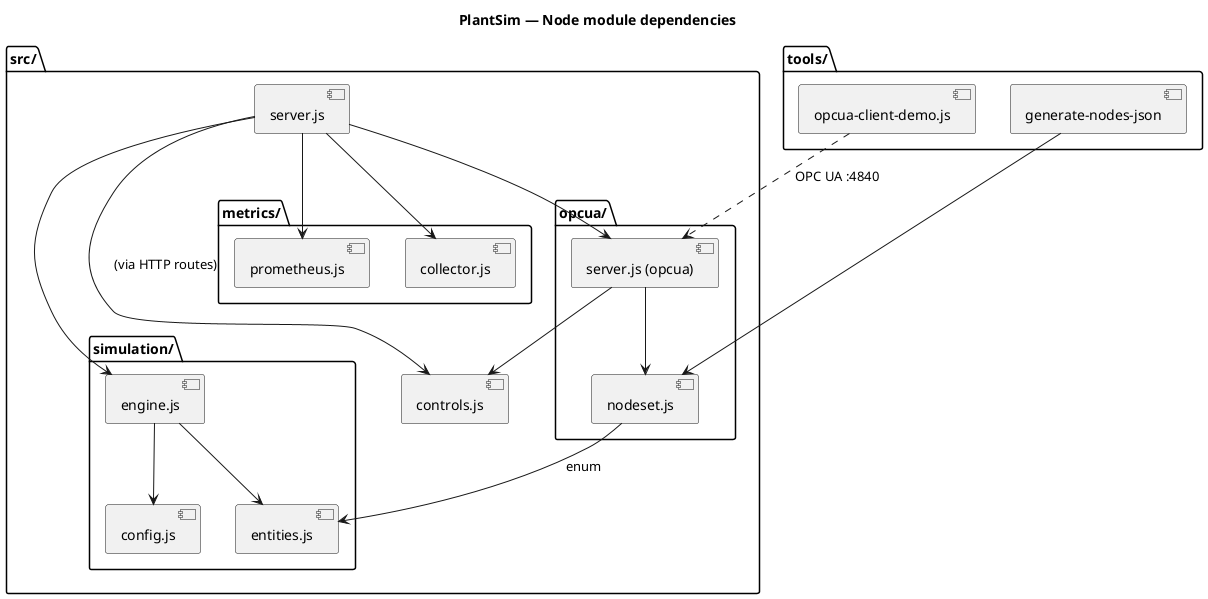
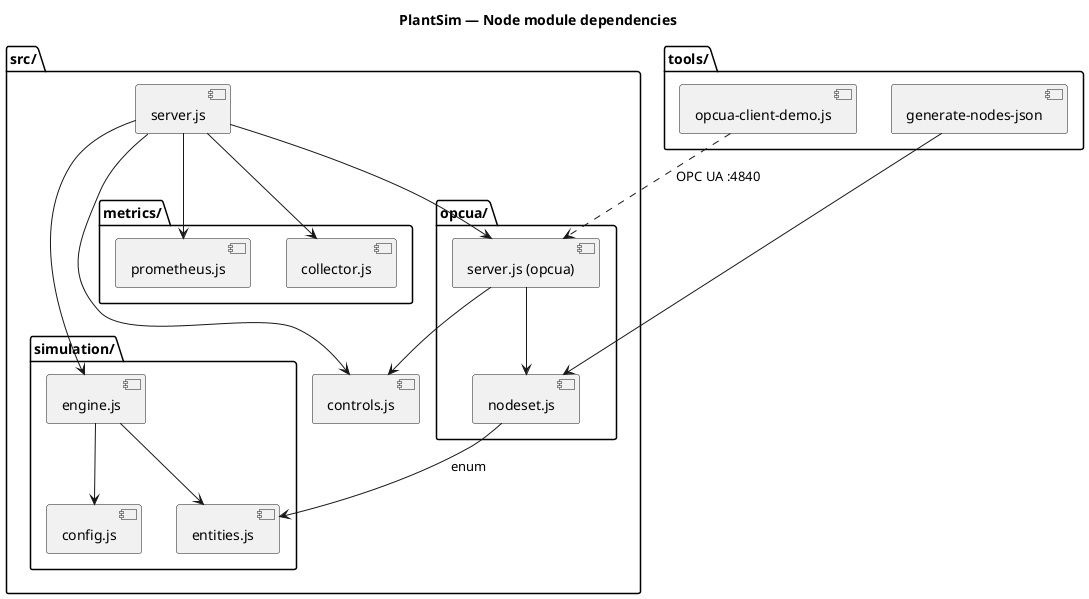
@startuml components
title PlantSim — Node module dependencies

package "src/" {
  [server.js]            as Server
  [controls.js]          as Controls

  package "simulation/" {
    [engine.js]          as Engine
    [entities.js]        as Entities
    [config.js]          as Config
  }

  package "metrics/" {
    [collector.js]       as Collector
    [prometheus.js]      as Prom
  }

  package "opcua/" {
    [server.js (opcua)]  as OpcuaServer
    [nodeset.js]         as Nodeset
  }
}

package "tools/" {
  [opcua-client-demo.js] as DemoClient
  [generate-nodes-json]  as Gen
}

Server      --> Engine
Server      --> OpcuaServer
Server      --> Collector
Server      --> Prom
- Server      --> Controls : (via HTTP routes)
+ Server      --> Controls
OpcuaServer --> Nodeset
OpcuaServer --> Controls
Nodeset     --> Entities  : enum
Gen         --> Nodeset
Engine      --> Entities
Engine      --> Config
DemoClient  ..> OpcuaServer : OPC UA :4840
@enduml
